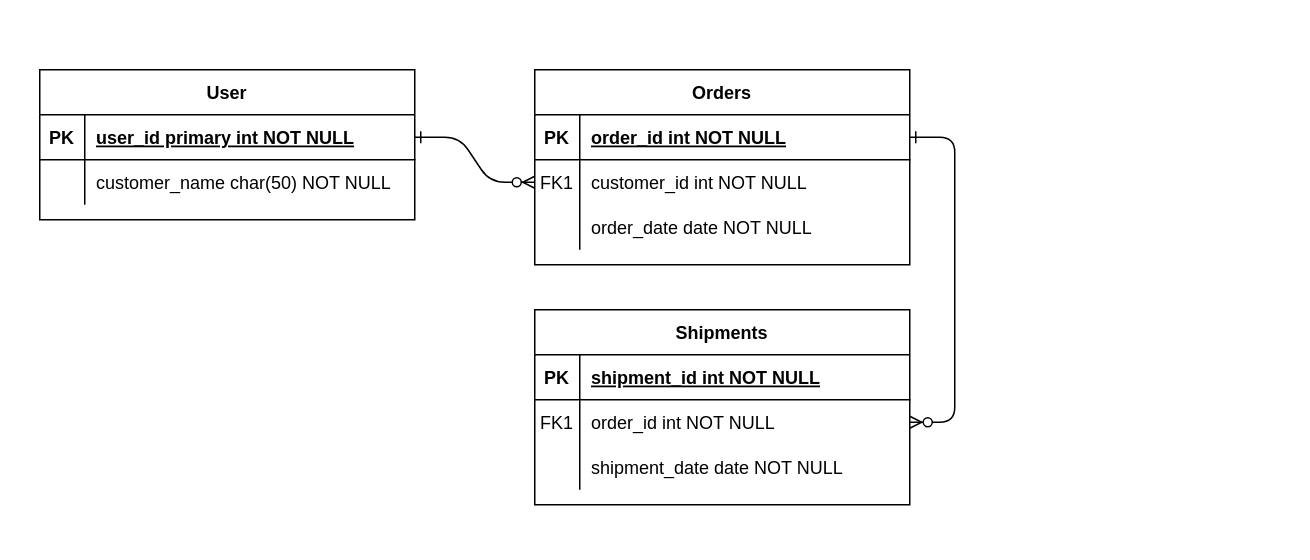
This is src/main/resources/Untitled Diagram.drawio from HughHuynh97/database, a draw.io file, before an edit. Source tidied: cells renumbered, new cells numbered last; positions are measured from the earlier drawing's top-left corner, leaving out a move shared by most shapes. Both pictures are drawn from the tidied source at 150%, with x=0, y=0 at pixel (39, 69).
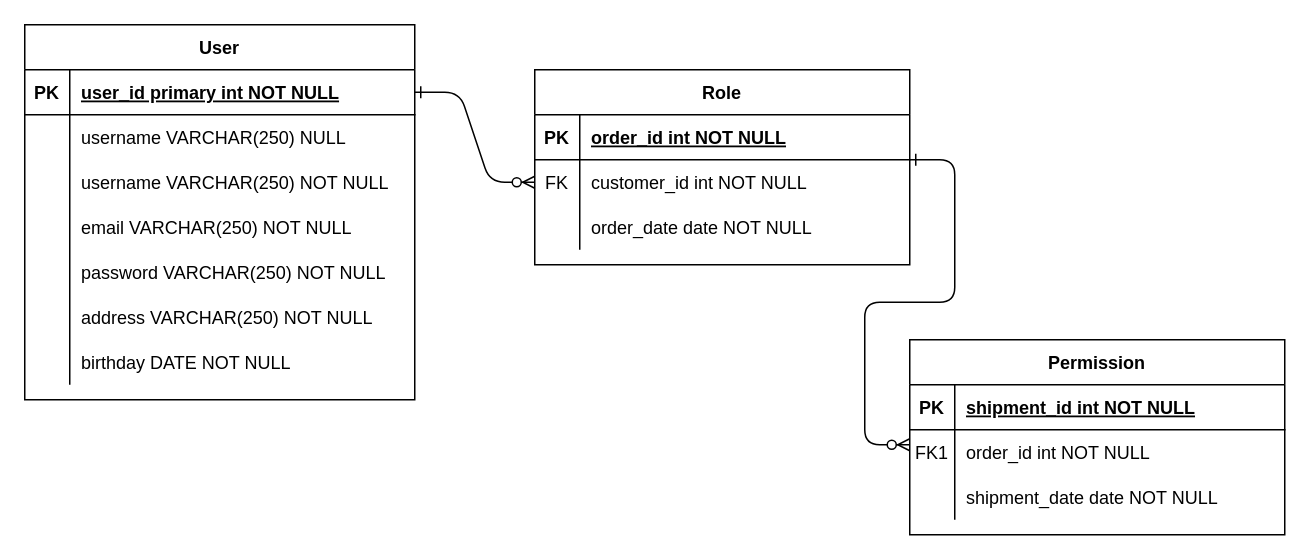
The same page after the edit.

Unchanged cells that the change refers to:
```xml
<mxCell id="5" style="shape=partialRectangle;fillColor=none;points=[[0,0.5],[1,0.5]];portConstraint=eastwest;top=0;left=0;right=0;bottom=1;" parent="4" vertex="1">
  <mxGeometry y="30" width="250" height="30" as="geometry" />
</mxCell>
<mxCell id="8" style="shape=partialRectangle;fillColor=none;points=[[0,0.5],[1,0.5]];portConstraint=eastwest;top=0;left=0;right=0;bottom=0;" parent="4" vertex="1">
  <mxGeometry y="60" width="250" height="30" as="geometry" />
</mxCell>
<mxCell id="18" style="shape=partialRectangle;fillColor=none;points=[[0,0.5],[1,0.5]];portConstraint=eastwest;top=0;left=0;right=0;bottom=0;" parent="14" vertex="1">
  <mxGeometry y="60" width="250" height="30" as="geometry" />
</mxCell>
```

What changed in the source:
```diff
@@
-    <mxCell id="3" style="edgeStyle=entityRelationEdgeStyle;endArrow=ERzeroToMany;startArrow=ERone;endFill=1;startFill=0;" parent="1" edge="1" source="5" target="18">
-      <mxGeometry relative="1" as="geometry" />
+    <mxCell id="3" style="edgeStyle=entityRelationEdgeStyle;endArrow=ERzeroToMany;startArrow=ERone;endFill=1;startFill=0;" parent="1" edge="1">
+      <mxGeometry relative="1" as="geometry">
+        <mxPoint x="580" y="60" as="sourcePoint" />
+        <mxPoint x="580" y="250" as="targetPoint" />
+        <Array as="points">
+          <mxPoint x="650" y="200" />
+          <mxPoint x="630" y="200" />
+        </Array>
+      </mxGeometry>
     </mxCell>
-    <mxCell id="4" value="Orders" style="shape=table;startSize=30;childLayout=tableLayout;rowLines=0;fontStyle=1;align=center;" parent="1" vertex="1">
+    <mxCell id="4" value="Role" style="shape=table;startSize=30;childLayout=tableLayout;rowLines=0;fontStyle=1;align=center;" parent="1" vertex="1">
       <mxGeometry x="330" width="250" height="130" as="geometry" />
     </mxCell>
@@
-    <mxCell id="9" value="FK1" style="shape=partialRectangle;overflow=hidden;fillColor=none;top=0;left=0;bottom=0;right=0;" parent="8" vertex="1">
+    <mxCell id="9" value="FK" style="shape=partialRectangle;overflow=hidden;fillColor=none;top=0;left=0;bottom=0;right=0;" parent="8" vertex="1">
       <mxGeometry width="30" height="30" as="geometry" />
     </mxCell>
@@
-    <mxCell id="14" value="Shipments" style="shape=table;startSize=30;childLayout=tableLayout;rowLines=0;fontStyle=1;align=center;" parent="1" vertex="1">
-      <mxGeometry x="330" y="160" width="250" height="130" as="geometry" />
+    <mxCell id="14" value="Permission" style="shape=table;startSize=30;childLayout=tableLayout;rowLines=0;fontStyle=1;align=center;" parent="1" vertex="1">
+      <mxGeometry x="580" y="180" width="250" height="130" as="geometry" />
     </mxCell>
@@
     <mxCell id="24" value="User" style="shape=table;startSize=30;childLayout=tableLayout;rowLines=0;fontStyle=1;align=center;" parent="1" vertex="1">
-      <mxGeometry width="250" height="100" as="geometry" />
+      <mxGeometry x="-10" y="-30" width="260" height="250" as="geometry" />
     </mxCell>
     <mxCell id="25" style="shape=partialRectangle;fillColor=none;points=[[0,0.5],[1,0.5]];portConstraint=eastwest;top=0;left=0;right=0;bottom=1;" parent="24" vertex="1">
-      <mxGeometry y="30" width="250" height="30" as="geometry" />
+      <mxGeometry y="30" width="260" height="30" as="geometry" />
     </mxCell>
@@
     <mxCell id="27" value="user_id primary int NOT NULL " style="shape=partialRectangle;overflow=hidden;fillColor=none;top=0;left=0;bottom=0;right=0;align=left;spacingLeft=6;fontStyle=5;" parent="25" vertex="1">
-      <mxGeometry x="30" width="220" height="30" as="geometry" />
+      <mxGeometry x="30" width="230" height="30" as="geometry" />
     </mxCell>
     <mxCell id="28" style="shape=partialRectangle;fillColor=none;top=0;left=0;right=0;bottom=0;" parent="24" vertex="1">
-      <mxGeometry y="60" width="250" height="30" as="geometry" />
+      <mxGeometry y="60" width="260" height="30" as="geometry" />
     </mxCell>
@@
-    <mxCell id="30" value="customer_name char(50) NOT NULL" style="shape=partialRectangle;overflow=hidden;fillColor=none;top=0;left=0;bottom=0;right=0;align=left;spacingLeft=6;" parent="28" vertex="1">
-      <mxGeometry x="30" width="220" height="30" as="geometry" />
+    <mxCell id="30" value="username VARCHAR(250) NULL" style="shape=partialRectangle;overflow=hidden;fillColor=none;top=0;left=0;bottom=0;right=0;align=left;spacingLeft=6;" parent="28" vertex="1">
+      <mxGeometry x="30" width="230" height="30" as="geometry" />
     </mxCell>
+    <mxCell id="31" style="shape=partialRectangle;fillColor=none;top=0;left=0;right=0;bottom=0;" parent="24" vertex="1">
+      <mxGeometry y="90" width="260" height="30" as="geometry" />
+    </mxCell>
+    <mxCell id="32" style="shape=partialRectangle;overflow=hidden;fillColor=none;top=0;left=0;bottom=0;right=0;" parent="31" vertex="1">
+      <mxGeometry width="30" height="30" as="geometry" />
+    </mxCell>
+    <mxCell id="33" value="username VARCHAR(250) NOT NULL" style="shape=partialRectangle;overflow=hidden;fillColor=none;top=0;left=0;bottom=0;right=0;align=left;spacingLeft=6;" parent="31" vertex="1">
+      <mxGeometry x="30" width="230" height="30" as="geometry" />
+    </mxCell>
+    <mxCell id="34" style="shape=partialRectangle;fillColor=none;top=0;left=0;right=0;bottom=0;" parent="24" vertex="1">
+      <mxGeometry y="120" width="260" height="30" as="geometry" />
+    </mxCell>
+    <mxCell id="35" style="shape=partialRectangle;overflow=hidden;fillColor=none;top=0;left=0;bottom=0;right=0;" parent="34" vertex="1">
+      <mxGeometry width="30" height="30" as="geometry" />
+    </mxCell>
+    <mxCell id="36" value="email VARCHAR(250) NOT NULL" style="shape=partialRectangle;overflow=hidden;fillColor=none;top=0;left=0;bottom=0;right=0;align=left;spacingLeft=6;" parent="34" vertex="1">
+      <mxGeometry x="30" width="230" height="30" as="geometry" />
+    </mxCell>
+    <mxCell id="37" style="shape=partialRectangle;fillColor=none;top=0;left=0;right=0;bottom=0;" parent="24" vertex="1">
+      <mxGeometry y="150" width="260" height="30" as="geometry" />
+    </mxCell>
+    <mxCell id="38" style="shape=partialRectangle;overflow=hidden;fillColor=none;top=0;left=0;bottom=0;right=0;" parent="37" vertex="1">
+      <mxGeometry width="30" height="30" as="geometry" />
+    </mxCell>
+    <mxCell id="39" value="password VARCHAR(250) NOT NULL" style="shape=partialRectangle;overflow=hidden;fillColor=none;top=0;left=0;bottom=0;right=0;align=left;spacingLeft=6;" parent="37" vertex="1">
+      <mxGeometry x="30" width="230" height="30" as="geometry" />
+    </mxCell>
+    <mxCell id="40" style="shape=partialRectangle;fillColor=none;top=0;left=0;right=0;bottom=0;" parent="24" vertex="1">
+      <mxGeometry y="180" width="260" height="30" as="geometry" />
+    </mxCell>
+    <mxCell id="41" style="shape=partialRectangle;overflow=hidden;fillColor=none;top=0;left=0;bottom=0;right=0;" parent="40" vertex="1">
+      <mxGeometry width="30" height="30" as="geometry" />
+    </mxCell>
+    <mxCell id="42" value="address VARCHAR(250) NOT NULL" style="shape=partialRectangle;overflow=hidden;fillColor=none;top=0;left=0;bottom=0;right=0;align=left;spacingLeft=6;" parent="40" vertex="1">
+      <mxGeometry x="30" width="230" height="30" as="geometry" />
+    </mxCell>
+    <mxCell id="43" style="shape=partialRectangle;fillColor=none;top=0;left=0;right=0;bottom=0;" parent="24" vertex="1">
+      <mxGeometry y="210" width="260" height="30" as="geometry" />
+    </mxCell>
+    <mxCell id="44" style="shape=partialRectangle;overflow=hidden;fillColor=none;top=0;left=0;bottom=0;right=0;" parent="43" vertex="1">
+      <mxGeometry width="30" height="30" as="geometry" />
+    </mxCell>
+    <mxCell id="45" value="birthday DATE NOT NULL" style="shape=partialRectangle;overflow=hidden;fillColor=none;top=0;left=0;bottom=0;right=0;align=left;spacingLeft=6;" parent="43" vertex="1">
+      <mxGeometry x="30" width="230" height="30" as="geometry" />
+    </mxCell>
```
